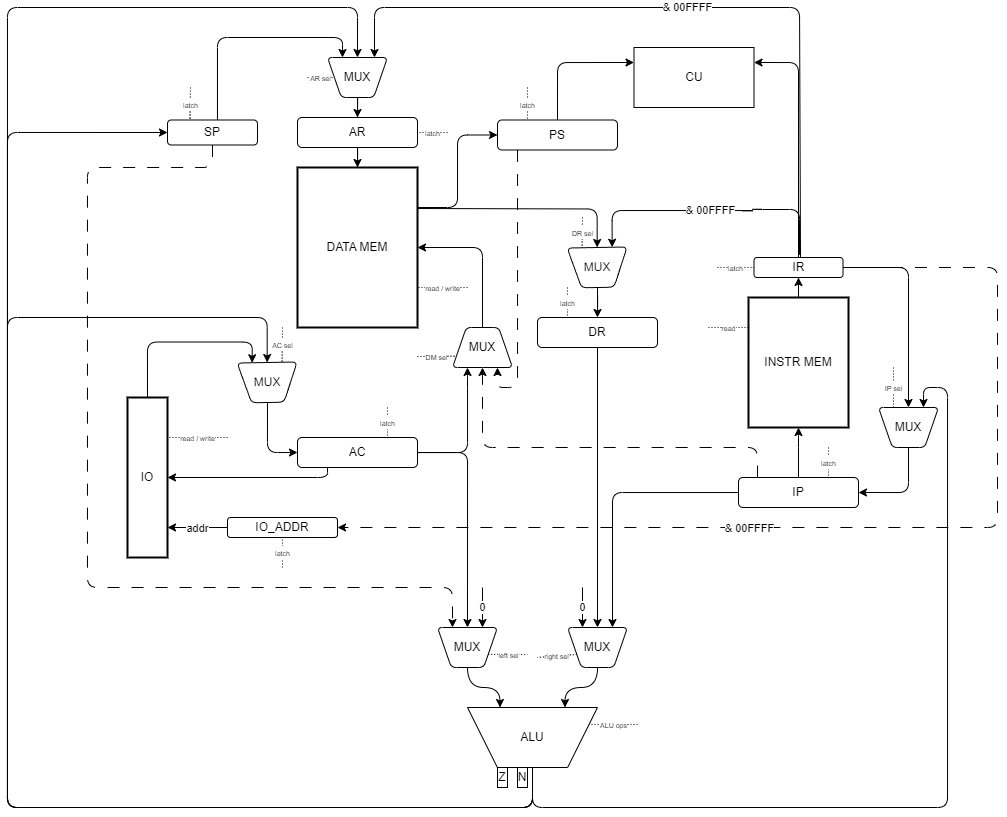
Earlier version of the draw.io export docs/sheme.png (artem961/csa-lab-4). Source tidied: cells renumbered, new cells last; positions are measured from the earlier drawing's top-left corner, leaving out a move shared by most shapes.
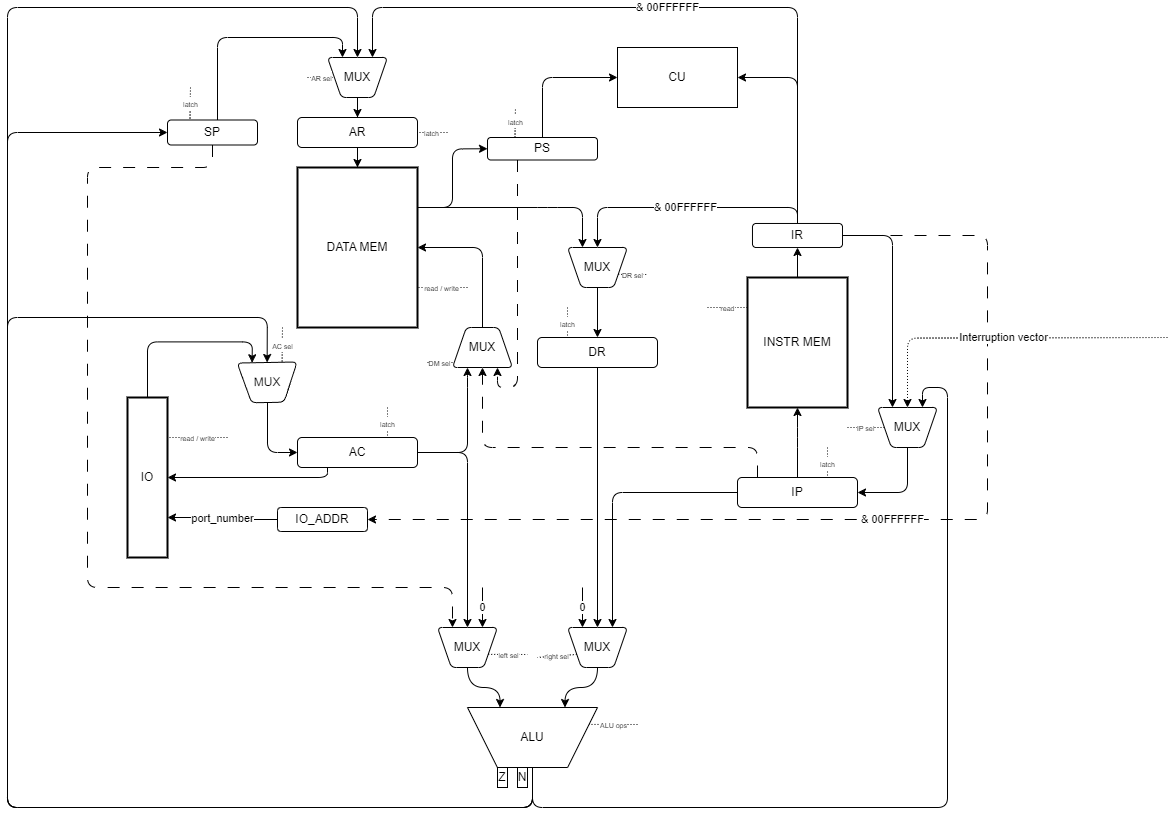
Later version of the same file.

Diff of the diagram source:
```diff
@@ -2,19 +2,27 @@
   <root>
     <mxCell id="0" />
     <mxCell id="1" parent="0" />
-    <mxCell id="2" style="edgeStyle=orthogonalEdgeStyle;rounded=0;jettySize=auto;html=1;entryX=0.5;entryY=1;entryDx=0;entryDy=0;" parent="1" edge="1" source="3" target="75">
+    <mxCell id="2" style="edgeStyle=orthogonalEdgeStyle;rounded=1;jettySize=auto;html=1;entryX=0.5;entryY=1;entryDx=0;entryDy=0;exitX=0.5;exitY=0;exitDx=0;exitDy=0;curved=0;" parent="1" edge="1" source="3" target="75">
       <mxGeometry relative="1" as="geometry" />
     </mxCell>
     <mxCell id="3" value="INSTR MEM" style="rounded=0;whiteSpace=wrap;html=1;strokeWidth=2;" parent="1" vertex="1">
-      <mxGeometry x="741" y="290" width="100" height="130" as="geometry" />
+      <mxGeometry x="740" y="270" width="100" height="130" as="geometry" />
     </mxCell>
-    <mxCell id="4" style="edgeStyle=orthogonalEdgeStyle;rounded=1;jettySize=auto;html=1;entryX=0.5;entryY=0;entryDx=0;entryDy=0;exitX=1;exitY=0.25;exitDx=0;exitDy=0;curved=0;" parent="1" edge="1" target="66">
-      <mxGeometry relative="1" as="geometry">
-        <mxPoint x="410" y="201" as="sourcePoint" />
-      </mxGeometry>
-    </mxCell>
+    <mxCell id="80" style="edgeStyle=orthogonalEdgeStyle;rounded=1;jettySize=auto;html=1;entryX=0.25;entryY=0;entryDx=0;entryDy=0;exitX=1;exitY=0.25;exitDx=0;exitDy=0;curved=0;" parent="1" edge="1" source="6" target="66">
+      <mxGeometry relative="1" as="geometry">
+        <Array as="points">
+          <mxPoint x="540" y="200" />
+          <mxPoint x="540" y="200" />
+        </Array>
+      </mxGeometry>
+    </mxCell>
-    <mxCell id="5" style="edgeStyle=orthogonalEdgeStyle;rounded=1;jettySize=auto;html=1;entryX=0;entryY=0.5;entryDx=0;entryDy=0;exitX=1;exitY=0.25;exitDx=0;exitDy=0;curved=0;" parent="1" edge="1" source="6" target="70">
-      <mxGeometry relative="1" as="geometry" />
+    <mxCell id="5" style="edgeStyle=orthogonalEdgeStyle;rounded=1;jettySize=auto;html=1;entryX=0;entryY=0.5;entryDx=0;entryDy=0;curved=0;" parent="1" edge="1" source="6" target="70">
+      <mxGeometry relative="1" as="geometry">
+        <Array as="points">
+          <mxPoint x="445" y="200" />
+          <mxPoint x="445" y="141" />
+        </Array>
+      </mxGeometry>
     </mxCell>
     <mxCell id="6" value="DATA MEM" style="rounded=0;whiteSpace=wrap;html=1;strokeWidth=2;" parent="1" vertex="1">
       <mxGeometry x="290" y="160" width="120" height="160" as="geometry" />
@@ -22,8 +30,8 @@
     <mxCell id="7" style="edgeStyle=orthogonalEdgeStyle;rounded=1;jettySize=auto;html=1;entryX=0.5;entryY=1;entryDx=0;entryDy=0;exitX=0.5;exitY=0;exitDx=0;exitDy=0;curved=0;" parent="1" edge="1" source="10" target="3">
       <mxGeometry relative="1" as="geometry">
         <Array as="points">
-          <mxPoint x="791" y="430" />
-          <mxPoint x="791" y="430" />
+          <mxPoint x="790" y="430" />
+          <mxPoint x="790" y="430" />
         </Array>
       </mxGeometry>
     </mxCell>
@@ -39,39 +47,16 @@
       </mxGeometry>
     </mxCell>
     <mxCell id="10" value="IP" style="rounded=1;whiteSpace=wrap;html=1;" parent="1" vertex="1">
-      <mxGeometry x="731" y="470" width="120" height="30" as="geometry" />
+      <mxGeometry x="730" y="470" width="120" height="30" as="geometry" />
     </mxCell>
-    <mxCell id="11" style="edgeStyle=orthogonalEdgeStyle;rounded=1;jettySize=auto;html=1;entryX=0.5;entryY=0;entryDx=0;entryDy=0;exitX=1;exitY=0.5;exitDx=0;exitDy=0;curved=0;" parent="1" edge="1" source="75" target="31">
-      <mxGeometry relative="1" as="geometry" />
-    </mxCell>
-    <mxCell id="12" value="&amp;amp; 00FFFF" style="edgeStyle=orthogonalEdgeStyle;rounded=1;jettySize=auto;html=1;entryX=0.75;entryY=0;entryDx=0;entryDy=0;exitX=0.511;exitY=-0.131;exitDx=0;exitDy=0;curved=0;exitPerimeter=0;" parent="1" edge="1" source="75" target="66">
-      <mxGeometry relative="1" as="geometry">
-        <Array as="points">
-          <mxPoint x="792" y="202" />
-          <mxPoint x="745" y="202" />
-          <mxPoint x="605" y="203" />
-        </Array>
-      </mxGeometry>
-    </mxCell>
-    <mxCell id="13" value="&amp;amp; 00FFFF" style="edgeStyle=orthogonalEdgeStyle;rounded=1;orthogonalLoop=1;jettySize=auto;html=1;entryX=0.75;entryY=0;entryDx=0;entryDy=0;exitX=0.5;exitY=0;exitDx=0;exitDy=0;curved=0;" parent="1" edge="1">
-      <mxGeometry relative="1" as="geometry">
-        <mxPoint x="793" y="250" as="sourcePoint" />
-        <mxPoint x="367" y="50" as="targetPoint" />
-        <Array as="points">
-          <mxPoint x="792" y="250" />
-          <mxPoint x="792" />
-          <mxPoint x="367" />
-        </Array>
-      </mxGeometry>
-    </mxCell>
     <mxCell id="14" value="CU" style="rounded=0;whiteSpace=wrap;html=1;" parent="1" vertex="1">
-      <mxGeometry x="626.5" y="40" width="120" height="60" as="geometry" />
+      <mxGeometry x="610" y="40" width="120" height="60" as="geometry" />
     </mxCell>
     <mxCell id="15" style="edgeStyle=orthogonalEdgeStyle;rounded=0;jettySize=auto;html=1;entryX=0.5;entryY=0;entryDx=0;entryDy=0;" parent="1" edge="1" source="16" target="25">
       <mxGeometry relative="1" as="geometry" />
     </mxCell>
     <mxCell id="16" value="DR" style="rounded=1;whiteSpace=wrap;html=1;" parent="1" vertex="1">
-      <mxGeometry x="530" y="310" width="120" height="30" as="geometry" />
+      <mxGeometry x="530" y="330" width="120" height="30" as="geometry" />
     </mxCell>
     <mxCell id="17" style="edgeStyle=orthogonalEdgeStyle;rounded=1;jettySize=auto;html=1;entryX=0.75;entryY=0;entryDx=0;entryDy=0;exitX=0.5;exitY=1;exitDx=0;exitDy=0;curved=0;" parent="1" edge="1" source="21" target="31">
       <mxGeometry relative="1" as="geometry">
@@ -79,7 +64,7 @@
           <mxPoint x="525" y="800" />
           <mxPoint x="940" y="800" />
           <mxPoint x="940" y="380" />
-          <mxPoint x="916" y="380" />
+          <mxPoint x="915" y="380" />
         </Array>
       </mxGeometry>
     </mxCell>
@@ -152,7 +137,7 @@
       <mxGeometry relative="1" as="geometry" />
     </mxCell>
     <mxCell id="31" value="MUX" style="verticalLabelPosition=middle;verticalAlign=middle;html=1;shape=trapezoid;perimeter=trapezoidPerimeter;whiteSpace=wrap;size=0.23;arcSize=10;flipV=1;labelPosition=center;align=center;rounded=1;" parent="1" vertex="1">
-      <mxGeometry x="871" y="400" width="60" height="40" as="geometry" />
+      <mxGeometry x="870" y="400" width="60" height="40" as="geometry" />
     </mxCell>
     <mxCell id="32" style="edgeStyle=orthogonalEdgeStyle;rounded=0;jettySize=auto;html=1;entryX=0.5;entryY=0;entryDx=0;entryDy=0;" parent="1" edge="1" source="33" target="6">
       <mxGeometry relative="1" as="geometry" />
@@ -246,12 +231,12 @@
     </mxCell>
     <mxCell id="52" value="&lt;font style=&quot;font-size: 7px;&quot;&gt;latch&lt;/font&gt;" style="endArrow=none;dashed=1;html=1;rounded=0;dashPattern=1 2;entryX=0.75;entryY=0;entryDx=0;entryDy=0;" parent="1" edge="1" target="10">
       <mxGeometry relative="1" as="geometry">
-        <mxPoint x="821" y="440" as="sourcePoint" />
+        <mxPoint x="820" y="440" as="sourcePoint" />
       </mxGeometry>
     </mxCell>
-    <mxCell id="53" value="&lt;font style=&quot;font-size: 7px;&quot;&gt;IP sel&lt;/font&gt;" style="endArrow=none;dashed=1;html=1;rounded=0;dashPattern=1 2;entryX=0.25;entryY=0;entryDx=0;entryDy=0;" parent="1" edge="1" target="31">
+    <mxCell id="53" value="&lt;font style=&quot;font-size: 7px;&quot;&gt;IP sel&lt;/font&gt;" style="endArrow=none;dashed=1;html=1;rounded=0;dashPattern=1 2;entryX=0;entryY=0.5;entryDx=0;entryDy=0;" parent="1" edge="1" target="31">
       <mxGeometry relative="1" as="geometry">
-        <mxPoint x="886" y="360" as="sourcePoint" />
+        <mxPoint x="840" y="420" as="sourcePoint" />
       </mxGeometry>
     </mxCell>
     <mxCell id="54" value="&lt;font style=&quot;font-size: 7px;&quot;&gt;AR sel&lt;/font&gt;" style="endArrow=none;dashed=1;html=1;rounded=0;dashPattern=1 2;entryX=0;entryY=0.5;entryDx=0;entryDy=0;" parent="1" edge="1" target="35">
@@ -283,9 +268,9 @@
     <mxCell id="60" value="MUX" style="text;html=1;align=center;verticalAlign=middle;whiteSpace=wrap;rounded=0;" parent="1" vertex="1">
       <mxGeometry x="445" y="325" width="60" height="30" as="geometry" />
     </mxCell>
-    <mxCell id="61" value="&lt;font style=&quot;font-size: 7px;&quot;&gt;DR sel&lt;/font&gt;" style="endArrow=none;dashed=1;html=1;rounded=0;dashPattern=1 2;entryX=0.25;entryY=0;entryDx=0;entryDy=0;" parent="1" edge="1" target="66">
+    <mxCell id="61" value="&lt;font style=&quot;font-size: 7px;&quot;&gt;latch&lt;/font&gt;" style="endArrow=none;dashed=1;html=1;rounded=0;dashPattern=1 2;entryX=0.25;entryY=0;entryDx=0;entryDy=0;" parent="1" edge="1" target="16">
       <mxGeometry relative="1" as="geometry">
-        <mxPoint x="575" y="210" as="sourcePoint" />
+        <mxPoint x="560" y="300" as="sourcePoint" />
       </mxGeometry>
     </mxCell>
     <mxCell id="62" value="&lt;font style=&quot;font-size: 7px;&quot;&gt;latch&lt;/font&gt;" style="endArrow=none;dashed=1;html=1;rounded=0;dashPattern=1 2;entryX=1;entryY=0.5;entryDx=0;entryDy=0;" parent="1" edge="1" target="33">
@@ -293,35 +278,78 @@
         <mxPoint x="440" y="125" as="sourcePoint" />
       </mxGeometry>
     </mxCell>
-    <mxCell id="63" value="&lt;span style=&quot;font-size: 7px;&quot;&gt;read&lt;/span&gt;" style="endArrow=none;dashed=1;html=1;rounded=0;dashPattern=1 2;entryX=1;entryY=0.75;entryDx=0;entryDy=0;" parent="1" edge="1">
+    <mxCell id="63" value="&lt;font style=&quot;font-size: 7px;&quot;&gt;read&lt;/font&gt;" style="endArrow=none;dashed=1;html=1;rounded=0;dashPattern=1 2;entryX=1;entryY=0.75;entryDx=0;entryDy=0;" parent="1" edge="1">
       <mxGeometry relative="1" as="geometry">
-        <mxPoint x="741" y="320" as="sourcePoint" />
-        <mxPoint x="701" y="320" as="targetPoint" />
+        <mxPoint x="740" y="300" as="sourcePoint" />
+        <mxPoint x="700" y="300" as="targetPoint" />
         <Array as="points">
-          <mxPoint x="741" y="320" />
+          <mxPoint x="740" y="300" />
         </Array>
       </mxGeometry>
     </mxCell>
-    <mxCell id="64" value="&lt;span style=&quot;font-size: 7px;&quot;&gt;DM sel&lt;/span&gt;" style="endArrow=none;dashed=1;html=1;rounded=0;dashPattern=1 2;entryX=1;entryY=0.25;entryDx=0;entryDy=0;" parent="1" edge="1" target="59">
+    <mxCell id="64" value="&lt;span style=&quot;font-size: 7px;&quot;&gt;DM sel&lt;/span&gt;" style="endArrow=none;dashed=1;html=1;rounded=0;dashPattern=1 2;entryX=0;entryY=1;entryDx=0;entryDy=0;" parent="1" edge="1" target="60">
       <mxGeometry relative="1" as="geometry">
-        <mxPoint x="410" y="349" as="sourcePoint" />
+        <mxPoint x="420" y="355" as="sourcePoint" />
       </mxGeometry>
     </mxCell>
+    <mxCell id="11" style="edgeStyle=orthogonalEdgeStyle;rounded=1;jettySize=auto;html=1;entryX=0.25;entryY=0;entryDx=0;entryDy=0;curved=0;" parent="1" edge="1" source="75" target="31">
+      <mxGeometry relative="1" as="geometry" />
+    </mxCell>
+    <mxCell id="73" value="&amp;amp; 00FFFFFF" style="edgeStyle=orthogonalEdgeStyle;rounded=1;jettySize=auto;html=1;entryX=1;entryY=0.5;entryDx=0;entryDy=0;curved=0;dashed=1;dashPattern=12 12;" parent="1" edge="1" source="75" target="78">
+      <mxGeometry relative="1" as="geometry">
+        <Array as="points">
+          <mxPoint x="980" y="228" />
+          <mxPoint x="980" y="512" />
+        </Array>
+      </mxGeometry>
+    </mxCell>
+    <mxCell id="12" value="&amp;amp; 00FFFFFF" style="edgeStyle=orthogonalEdgeStyle;rounded=1;jettySize=auto;html=1;entryX=0.5;entryY=0;entryDx=0;entryDy=0;exitX=0.5;exitY=0;exitDx=0;exitDy=0;curved=0;" parent="1" edge="1" source="75" target="66">
+      <mxGeometry relative="1" as="geometry">
+        <Array as="points">
+          <mxPoint x="790" y="200" />
+          <mxPoint x="590" y="200" />
+        </Array>
+      </mxGeometry>
+    </mxCell>
+    <mxCell id="81" value="&amp;amp; 00FFFFFF" style="edgeStyle=orthogonalEdgeStyle;rounded=1;jettySize=auto;html=1;entryX=0.75;entryY=0;entryDx=0;entryDy=0;curved=0;" parent="1" edge="1" source="75" target="35">
+      <mxGeometry relative="1" as="geometry">
+        <Array as="points">
+          <mxPoint x="790" />
+          <mxPoint x="365" />
+        </Array>
+      </mxGeometry>
+    </mxCell>
+    <mxCell id="72" style="edgeStyle=orthogonalEdgeStyle;rounded=1;jettySize=auto;html=1;entryX=1;entryY=0.5;entryDx=0;entryDy=0;curved=0;" parent="1" edge="1" source="75" target="14">
+      <mxGeometry relative="1" as="geometry">
+        <Array as="points">
+          <mxPoint x="790" y="70" />
+        </Array>
+      </mxGeometry>
+    </mxCell>
+    <mxCell id="75" value="IR" style="rounded=1;whiteSpace=wrap;html=1;" parent="1" vertex="1">
+      <mxGeometry x="745" y="216" width="90" height="24" as="geometry" />
+    </mxCell>
+    <mxCell id="82" value="port_number" style="edgeStyle=orthogonalEdgeStyle;rounded=0;jettySize=auto;html=1;entryX=1;entryY=0.75;entryDx=0;entryDy=0;" parent="1" edge="1" source="78" target="39">
+      <mxGeometry relative="1" as="geometry" />
+    </mxCell>
+    <mxCell id="78" value="IO_ADDR" style="rounded=1;whiteSpace=wrap;html=1;" parent="1" vertex="1">
+      <mxGeometry x="270" y="500" width="90" height="24" as="geometry" />
+    </mxCell>
     <mxCell id="65" style="edgeStyle=orthogonalEdgeStyle;rounded=0;jettySize=auto;html=1;entryX=0.5;entryY=0;entryDx=0;entryDy=0;" parent="1" edge="1" source="66" target="16">
       <mxGeometry relative="1" as="geometry" />
     </mxCell>
-    <mxCell id="66" value="MUX" style="verticalLabelPosition=middle;verticalAlign=middle;html=1;shape=trapezoid;perimeter=trapezoidPerimeter;whiteSpace=wrap;size=0.23;arcSize=10;flipV=1;labelPosition=center;align=center;rounded=1;rotation=-1;" parent="1" vertex="1">
+    <mxCell id="66" value="MUX" style="verticalLabelPosition=middle;verticalAlign=middle;html=1;shape=trapezoid;perimeter=trapezoidPerimeter;whiteSpace=wrap;size=0.23;arcSize=10;flipV=1;labelPosition=center;align=center;rounded=1;" parent="1" vertex="1">
       <mxGeometry x="560" y="240" width="60" height="40" as="geometry" />
     </mxCell>
-    <mxCell id="67" value="&lt;font style=&quot;font-size: 7px;&quot;&gt;latch&lt;/font&gt;" style="endArrow=none;dashed=1;html=1;rounded=0;dashPattern=1 2;entryX=0.25;entryY=0;entryDx=0;entryDy=0;" parent="1" edge="1" target="16">
-      <mxGeometry relative="1" as="geometry">
-        <mxPoint x="560" y="280" as="sourcePoint" />
-      </mxGeometry>
-    </mxCell>
+    <mxCell id="83" value="&lt;font style=&quot;font-size: 7px;&quot;&gt;DR sel&lt;/font&gt;" style="endArrow=none;dashed=1;html=1;rounded=0;exitX=1;exitY=0.75;exitDx=0;exitDy=0;dashPattern=1 2;" parent="1" edge="1" source="66">
+      <mxGeometry relative="1" as="geometry">
+        <mxPoint x="640" y="267" as="targetPoint" />
+      </mxGeometry>
+    </mxCell>
-    <mxCell id="68" style="edgeStyle=orthogonalEdgeStyle;rounded=1;jettySize=auto;html=1;entryX=0;entryY=0.25;entryDx=0;entryDy=0;curved=0;exitX=0.5;exitY=0;exitDx=0;exitDy=0;" parent="1" edge="1" source="70" target="14">
+    <mxCell id="68" style="edgeStyle=orthogonalEdgeStyle;rounded=1;jettySize=auto;html=1;entryX=0;entryY=0.5;entryDx=0;entryDy=0;exitX=0.5;exitY=0;exitDx=0;exitDy=0;curved=0;" parent="1" edge="1" source="70" target="14">
       <mxGeometry relative="1" as="geometry" />
     </mxCell>
-    <mxCell id="69" style="edgeStyle=orthogonalEdgeStyle;rounded=1;jettySize=auto;html=1;entryX=0.25;entryY=0;entryDx=0;entryDy=0;dashed=1;dashPattern=12 12;curved=0;" parent="1" edge="1" source="70" target="59">
+    <mxCell id="69" style="edgeStyle=orthogonalEdgeStyle;rounded=1;jettySize=auto;html=1;entryX=0.25;entryY=0;entryDx=0;entryDy=0;curved=0;dashed=1;dashPattern=12 12;" parent="1" edge="1" source="70" target="59">
       <mxGeometry relative="1" as="geometry">
         <Array as="points">
           <mxPoint x="510" y="380" />
@@ -330,47 +358,17 @@
       </mxGeometry>
     </mxCell>
     <mxCell id="70" value="PS" style="rounded=1;whiteSpace=wrap;html=1;" parent="1" vertex="1">
-      <mxGeometry x="490" y="112.5" width="120" height="30" as="geometry" />
+      <mxGeometry x="480" y="130" width="110" height="22.5" as="geometry" />
     </mxCell>
-    <mxCell id="71" value="&lt;font style=&quot;font-size: 7px;&quot;&gt;latch&lt;/font&gt;" style="endArrow=none;dashed=1;html=1;rounded=0;dashPattern=1 2;entryX=0.25;entryY=0;entryDx=0;entryDy=0;" parent="1" edge="1" target="70">
-      <mxGeometry relative="1" as="geometry">
-        <mxPoint x="520" y="80" as="sourcePoint" />
-      </mxGeometry>
-    </mxCell>
-    <mxCell id="72" style="edgeStyle=orthogonalEdgeStyle;rounded=1;jettySize=auto;html=1;entryX=1;entryY=0.25;entryDx=0;entryDy=0;curved=0;" parent="1" edge="1" source="75" target="14">
-      <mxGeometry relative="1" as="geometry" />
-    </mxCell>
-    <mxCell id="73" style="edgeStyle=orthogonalEdgeStyle;rounded=1;jettySize=auto;html=1;curved=0;dashed=1;dashPattern=12 12;entryX=1;entryY=0.5;entryDx=0;entryDy=0;" parent="1" edge="1" source="75" target="78">
-      <mxGeometry relative="1" as="geometry">
-        <Array as="points">
-          <mxPoint x="990" y="260" />
-          <mxPoint x="990" y="520" />
-        </Array>
-      </mxGeometry>
-    </mxCell>
-    <mxCell id="74" value="&amp;amp; 00FFFF" style="edgeLabel;html=1;align=center;verticalAlign=middle;" parent="73" vertex="1">
-      <mxGeometry x="0.24" y="1" relative="1" as="geometry" />
-    </mxCell>
-    <mxCell id="75" value="IR" style="rounded=1;whiteSpace=wrap;html=1;" parent="1" vertex="1">
-      <mxGeometry x="746.5" y="250" width="89" height="20" as="geometry" />
-    </mxCell>
-    <mxCell id="76" value="&lt;font style=&quot;font-size: 7px;&quot;&gt;latch&lt;/font&gt;" style="endArrow=none;dashed=1;html=1;rounded=0;dashPattern=1 2;entryX=0;entryY=0.5;entryDx=0;entryDy=0;" parent="1" edge="1" target="75">
-      <mxGeometry relative="1" as="geometry">
-        <mxPoint x="710" y="260" as="sourcePoint" />
-      </mxGeometry>
-    </mxCell>
-    <mxCell id="77" value="addr" style="edgeStyle=orthogonalEdgeStyle;rounded=0;jettySize=auto;html=1;entryX=1;entryY=0.75;entryDx=0;entryDy=0;" parent="1" edge="1" source="78">
-      <mxGeometry relative="1" as="geometry">
-        <mxPoint x="160" y="520" as="targetPoint" />
-      </mxGeometry>
-    </mxCell>
-    <mxCell id="78" value="IO_ADDR" style="rounded=1;whiteSpace=wrap;html=1;" parent="1" vertex="1">
-      <mxGeometry x="220" y="510" width="110" height="20" as="geometry" />
-    </mxCell>
-    <mxCell id="79" value="&lt;font style=&quot;font-size: 7px;&quot;&gt;latch&lt;/font&gt;" style="endArrow=none;dashed=1;html=1;rounded=0;dashPattern=1 2;entryX=0.5;entryY=1;entryDx=0;entryDy=0;" parent="1" edge="1" target="78">
-      <mxGeometry relative="1" as="geometry">
-        <mxPoint x="275" y="560" as="sourcePoint" />
-      </mxGeometry>
-    </mxCell>
+    <mxCell id="84" value="&lt;font style=&quot;font-size: 7px;&quot;&gt;latch&lt;/font&gt;" style="endArrow=none;dashed=1;html=1;rounded=0;dashPattern=1 2;exitX=0.25;exitY=0;exitDx=0;exitDy=0;" parent="1" edge="1" source="70">
+      <mxGeometry relative="1" as="geometry">
+        <mxPoint x="508" y="100" as="targetPoint" />
+      </mxGeometry>
+    </mxCell>
+    <mxCell id="85" value="Interruption vector" style="edgeStyle=orthogonalEdgeStyle;rounded=1;jettySize=auto;html=1;entryX=0.5;entryY=0;entryDx=0;entryDy=0;curved=0;dashed=1;dashPattern=1 2;" parent="1" edge="1" target="31">
+      <mxGeometry relative="1" as="geometry">
+        <mxPoint x="1160" y="330" as="sourcePoint" />
+      </mxGeometry>
+    </mxCell>
   </root>
 </mxGraphModel>
```
